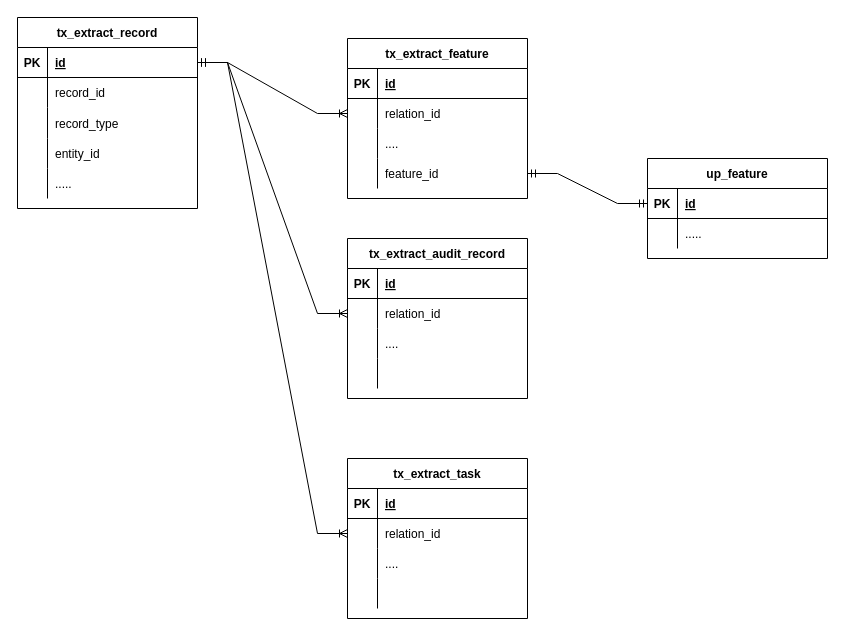
The draw.io diagram extract_er.drawio in learn2Pro/draw_io_save, before the edit. Source tidied: cells renumbered, new cells numbered last; positions are measured from the earlier drawing's top-left corner, leaving out a move shared by most shapes. Both pictures are drawn from the tidied source at 100%, with x=0, y=0 at pixel (17, 17).
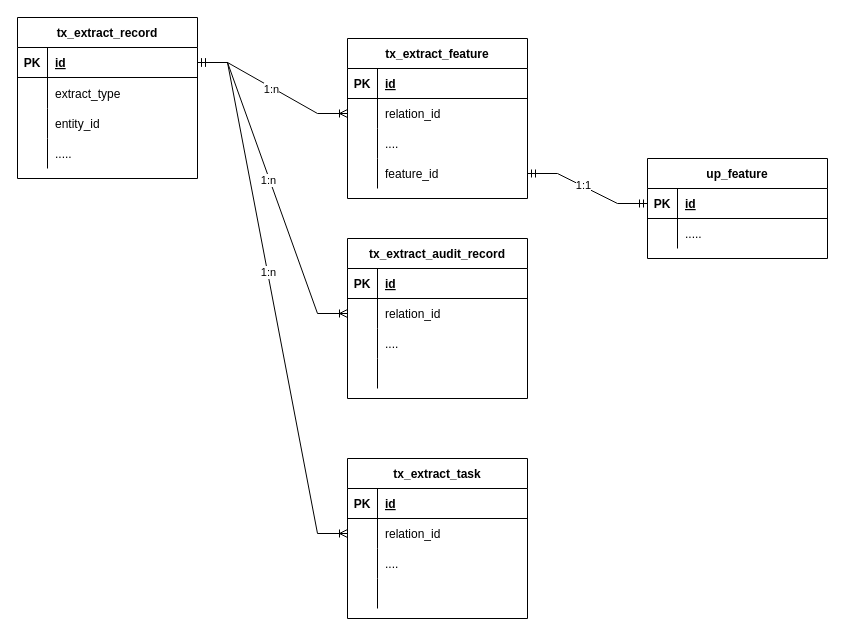
The same page after the edit.

Unchanged cells that the change refers to:
```xml
<mxCell id="31" style="edgeStyle=entityRelationEdgeStyle;fontSize=12;html=1;endArrow=ERmandOne;startArrow=ERmandOne;rounded=0;entryX=0;entryY=0.5;entryDx=0;entryDy=0;" parent="1" edge="1" source="28" target="46">
  <mxGeometry relative="1" as="geometry" />
</mxCell>
<mxCell id="52" style="edgeStyle=entityRelationEdgeStyle;fontSize=12;html=1;endArrow=ERoneToMany;startArrow=ERmandOne;rounded=0;entryX=0;entryY=0.5;entryDx=0;entryDy=0;exitX=1;exitY=0.5;exitDx=0;exitDy=0;" parent="1" edge="1" source="3" target="22">
  <mxGeometry relative="1" as="geometry" />
</mxCell>
<mxCell id="53" style="edgeStyle=entityRelationEdgeStyle;fontSize=12;html=1;endArrow=ERoneToMany;startArrow=ERmandOne;rounded=0;entryX=0;entryY=0.5;entryDx=0;entryDy=0;exitX=1;exitY=0.5;exitDx=0;exitDy=0;" parent="1" edge="1" source="3" target="36">
  <mxGeometry relative="1" as="geometry" />
</mxCell>
<mxCell id="67" style="edgeStyle=entityRelationEdgeStyle;fontSize=12;html=1;endArrow=ERoneToMany;startArrow=ERmandOne;rounded=0;entryX=0;entryY=0.5;entryDx=0;entryDy=0;exitX=1;exitY=0.5;exitDx=0;exitDy=0;" parent="1" edge="1" source="3" target="58">
  <mxGeometry relative="1" as="geometry" />
</mxCell>
```

Change to the diagram source:
```diff
@@
     <mxCell id="2" value="tx_extract_record" style="shape=table;startSize=30;childLayout=tableLayout;rowLines=0;fontStyle=1;align=center;" parent="1" vertex="1">
-      <mxGeometry width="180" height="191" as="geometry" />
+      <mxGeometry width="180" height="161" as="geometry" />
     </mxCell>
@@
-    <mxCell id="6" style="shape=tableRow;horizontal=0;startSize=0;swimlaneHead=0;swimlaneBody=0;fillColor=none;top=0;left=0;right=0;bottom=0;" parent="2" vertex="1">
-      <mxGeometry y="60" width="180" height="30" as="geometry" />
-    </mxCell>
-    <mxCell id="7" style="shape=partialRectangle;fillColor=none;top=0;left=0;bottom=0;right=0;overflow=hidden;" parent="6" vertex="1">
-      <mxGeometry width="30" height="30" as="geometry" />
-    </mxCell>
-    <mxCell id="8" value="record_id" style="shape=partialRectangle;fillColor=none;top=0;left=0;bottom=0;right=0;align=left;spacingLeft=6;overflow=hidden;" parent="6" vertex="1">
-      <mxGeometry x="30" width="150" height="30" as="geometry" />
-    </mxCell>
     <mxCell id="9" style="shape=tableRow;horizontal=0;startSize=0;swimlaneHead=0;swimlaneBody=0;fillColor=none;top=0;left=0;right=0;bottom=0;" parent="2" vertex="1">
-      <mxGeometry y="90" width="180" height="31" as="geometry" />
+      <mxGeometry y="60" width="180" height="31" as="geometry" />
     </mxCell>
@@
-    <mxCell id="11" value="record_type" style="shape=partialRectangle;fillColor=none;top=0;left=0;bottom=0;right=0;align=left;spacingLeft=6;overflow=hidden;" parent="9" vertex="1">
+    <mxCell id="11" value="extract_type" style="shape=partialRectangle;fillColor=none;top=0;left=0;bottom=0;right=0;align=left;spacingLeft=6;overflow=hidden;" parent="9" vertex="1">
       <mxGeometry x="30" width="150" height="31" as="geometry" />
     </mxCell>
     <mxCell id="12" style="shape=tableRow;horizontal=0;startSize=0;swimlaneHead=0;swimlaneBody=0;fillColor=none;top=0;left=0;right=0;bottom=0;" parent="2" vertex="1">
-      <mxGeometry y="121" width="180" height="30" as="geometry" />
+      <mxGeometry y="91" width="180" height="30" as="geometry" />
     </mxCell>
@@
     <mxCell id="15" style="shape=tableRow;horizontal=0;startSize=0;swimlaneHead=0;swimlaneBody=0;fillColor=none;top=0;left=0;right=0;bottom=0;" parent="2" vertex="1">
-      <mxGeometry y="151" width="180" height="30" as="geometry" />
+      <mxGeometry y="121" width="180" height="30" as="geometry" />
     </mxCell>
@@
+    <mxCell id="68" value="1:1" style="edgeLabel;html=1;align=center;verticalAlign=middle;" parent="31" vertex="1">
+      <mxGeometry x="-0.09" relative="1" as="geometry">
+        <mxPoint y="-1" as="offset" />
+      </mxGeometry>
+    </mxCell>
@@
+    <mxCell id="69" value="1:n" style="edgeLabel;html=1;align=center;verticalAlign=middle;" parent="52" vertex="1">
+      <mxGeometry x="-0.01" y="-1" relative="1" as="geometry" />
+    </mxCell>
@@
+    <mxCell id="70" value="1:n" style="edgeLabel;html=1;align=center;verticalAlign=middle;" parent="53" vertex="1">
+      <mxGeometry x="-0.06" y="-1" relative="1" as="geometry" />
+    </mxCell>
@@
+    <mxCell id="71" value="1:n" style="edgeLabel;html=1;align=center;verticalAlign=middle;" parent="67" vertex="1">
+      <mxGeometry x="-0.1" y="1" relative="1" as="geometry" />
+    </mxCell>
```
